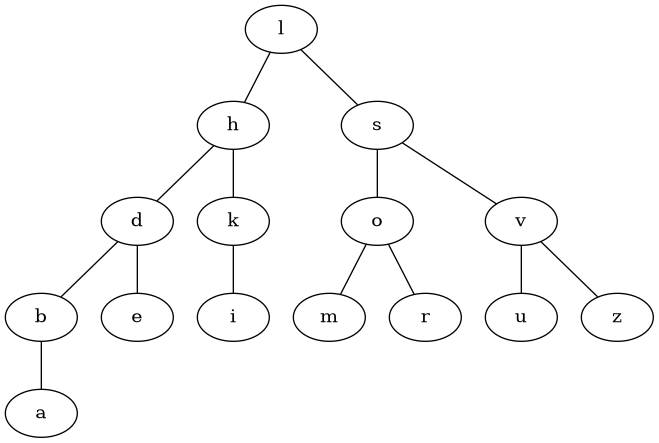
This is Graph.gv.png from KING156454/NSI, a Graphviz export, as it was before one commit. Its source is kept beside it as Graph.gv.
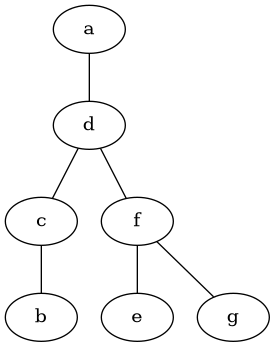
The same file after the commit.

Change to the diagram source:
```diff
@@ -1,16 +1,8 @@
 graph {
-	l -- h
-	h -- d
-	d -- b
-	b -- a
-	d -- e
-	h -- k
-	k -- i
-	l -- s
-	s -- o
-	o -- m
-	o -- r
-	s -- v
-	v -- u
-	v -- z
+	a -- d
+	d -- c
+	c -- b
+	d -- f
+	f -- e
+	f -- g
 }
```
